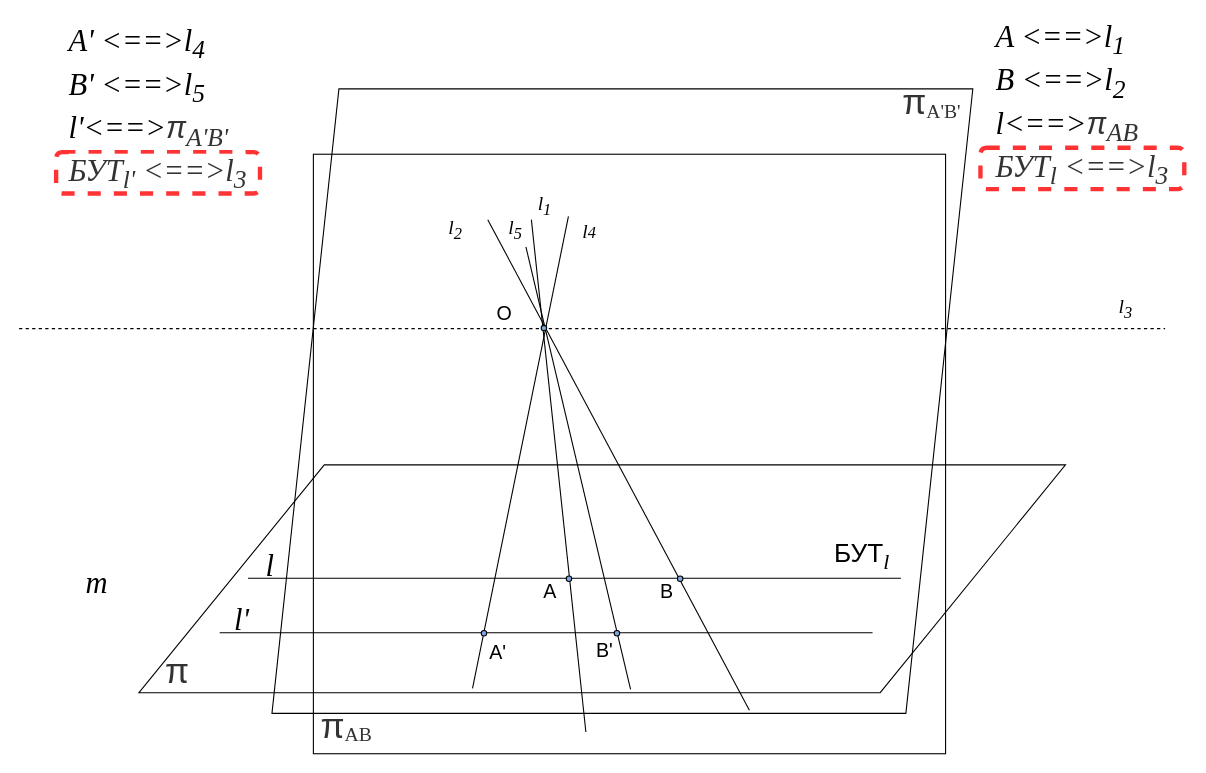
amcp-pit/geom_course keeps this draw.io diagram as page "p08" (12 of 27) of slides/proj_plane.drawio. Above is the earlier version. Source tidied: cells renumbered, new cells numbered last; positions are measured from the earlier drawing's top-left corner, leaving out a move shared by most shapes. Both pictures are drawn from the tidied source at 109%, with x=0, y=0 at pixel (19, 56).
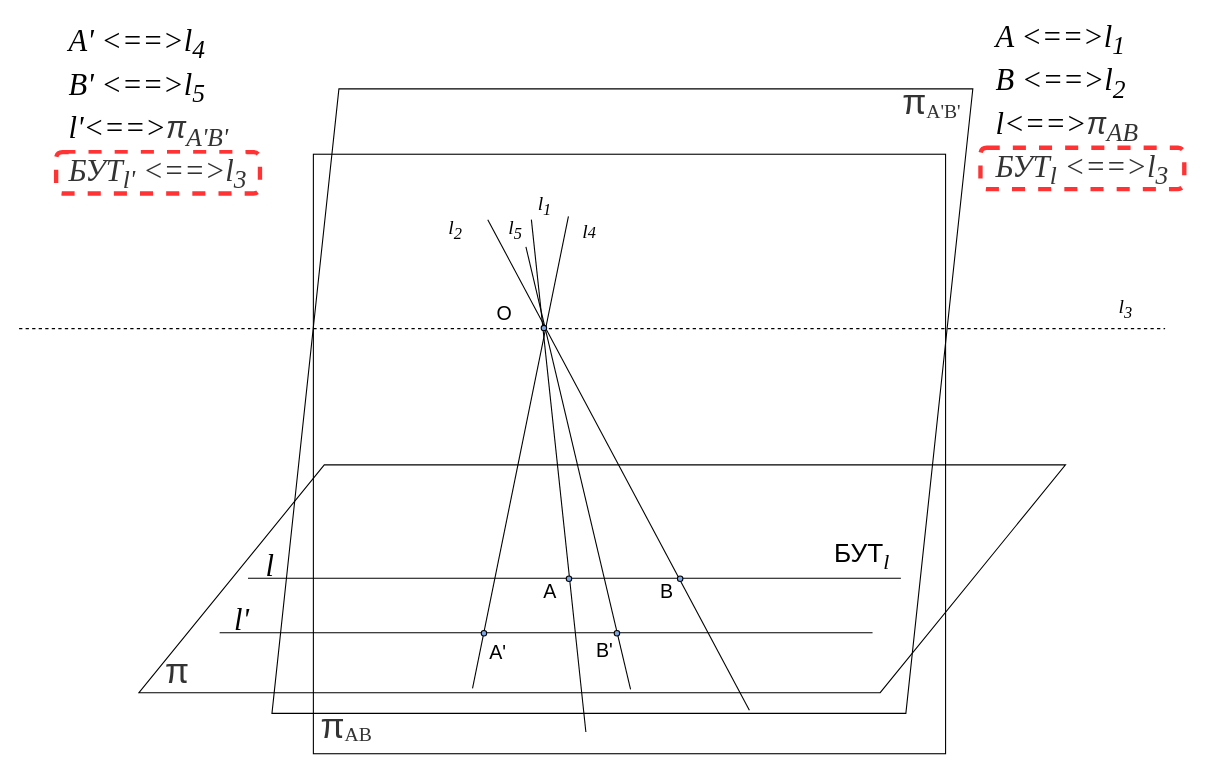
After the change.

What changed in the source:
```diff
@@
-    <mxCell id="25" value="&lt;font face=&quot;Times New Roman&quot; size=&quot;1&quot;&gt;&lt;i style=&quot;font-size: 28px&quot;&gt;m&lt;/i&gt;&lt;/font&gt;" style="text;html=1;align=center;verticalAlign=middle;" parent="1" vertex="1">
-      <mxGeometry x="56" y="471" width="30" height="24" as="geometry" />
-    </mxCell>
```
